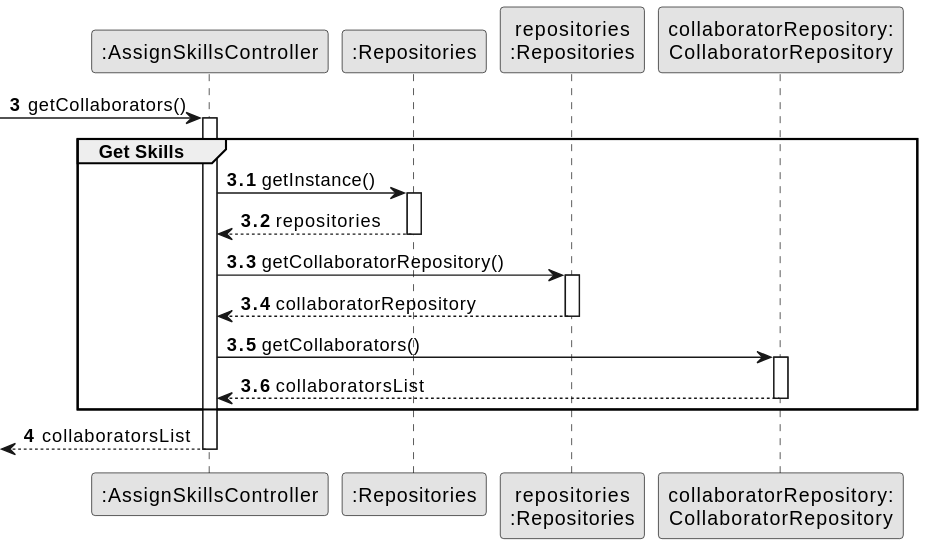
Departamento-de-Engenharia-Informatica/lei-24-s2-1dm-g132 keeps this PlantUML diagram as docs/sprintB/us004/03.design/svg/us004-sequence-diagram-partial-get-collaborators.svg. Above is the earlier version. The source it was exported from:
```plantuml
@startuml
skinparam monochrome true
skinparam packageStyle rectangle
skinparam shadowing false

participant ":AssignSkillsController" as CTRL
participant ":Repositories" as RepositorySingleton
participant "repositories\n:Repositories" as PLAT
participant "collaboratorRepository:\nCollaboratorRepository" as CollaboratorRepository

autonumber 3
-> CTRL : getCollaborators()

autonumber 3.1

activate CTRL
    group Get Skills
        CTRL -> RepositorySingleton : getInstance()
        activate RepositorySingleton

        RepositorySingleton --> CTRL: repositories
        deactivate RepositorySingleton

        CTRL -> PLAT : getCollaboratorRepository()
        activate PLAT

        PLAT --> CTRL: collaboratorRepository
        deactivate PLAT

        CTRL -> CollaboratorRepository : getCollaborators()
        activate CollaboratorRepository

        CollaboratorRepository --> CTRL : collaboratorsList
        deactivate CollaboratorRepository

    end group

    autonumber 4
    <-- CTRL : collaboratorsList

deactivate CTRL
@enduml
```
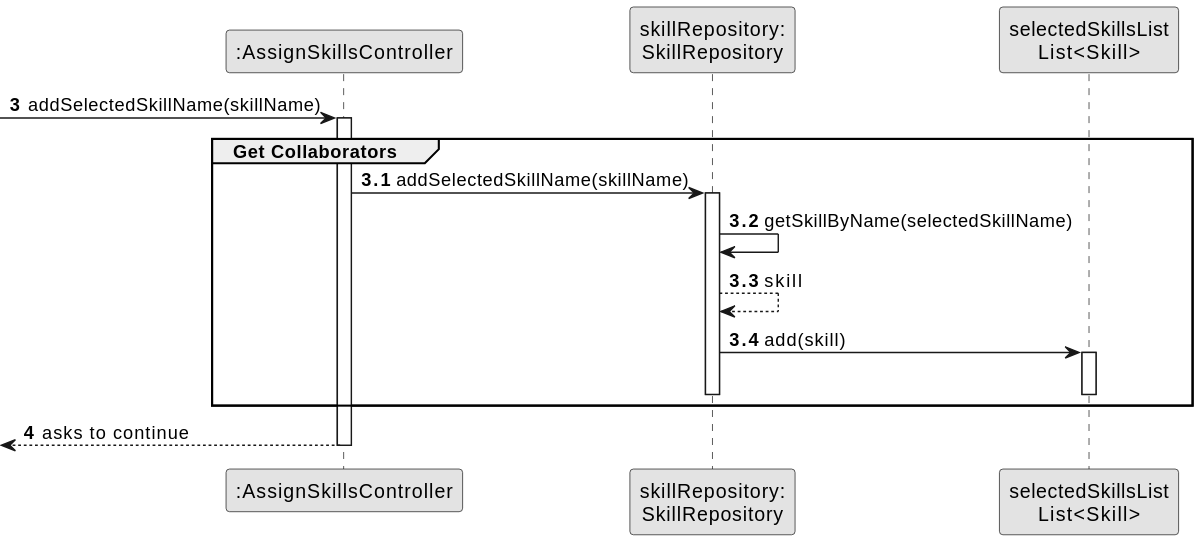
After the commit.

Commit message:
US04 updated partial diagrams and respective svg files

Diff of the diagram source:
```diff
@@ -4,39 +4,32 @@
 skinparam shadowing false
 
 participant ":AssignSkillsController" as CTRL
-participant ":Repositories" as RepositorySingleton
-participant "repositories\n:Repositories" as PLAT
-participant "collaboratorRepository:\nCollaboratorRepository" as CollaboratorRepository
+participant "skillRepository:\nSkillRepository" as SkillRepository
+participant "selectedSkillsList\nList<Skill>" as selectedSkillsList
 
 autonumber 3
--> CTRL : getCollaborators()
+-> CTRL : addSelectedSkillName(skillName)
 
 autonumber 3.1
 
 activate CTRL
-    group Get Skills
-        CTRL -> RepositorySingleton : getInstance()
-        activate RepositorySingleton
+    group Get Collaborators
+        CTRL -> SkillRepository: addSelectedSkillName(skillName)
+        activate SkillRepository
 
-        RepositorySingleton --> CTRL: repositories
-        deactivate RepositorySingleton
+        SkillRepository -> SkillRepository: getSkillByName(selectedSkillName)
 
-        CTRL -> PLAT : getCollaboratorRepository()
-        activate PLAT
+        SkillRepository --> SkillRepository: skill
+        SkillRepository -> selectedSkillsList : add(skill)
+        activate selectedSkillsList
 
-        PLAT --> CTRL: collaboratorRepository
-        deactivate PLAT
-
-        CTRL -> CollaboratorRepository : getCollaborators()
-        activate CollaboratorRepository
-
-        CollaboratorRepository --> CTRL : collaboratorsList
-        deactivate CollaboratorRepository
+        deactivate selectedSkillsList
+        deactivate SkillRepository
 
     end group
 
     autonumber 4
-    <-- CTRL : collaboratorsList
+    <-- CTRL : asks to continue
 
 deactivate CTRL
 @enduml
```
